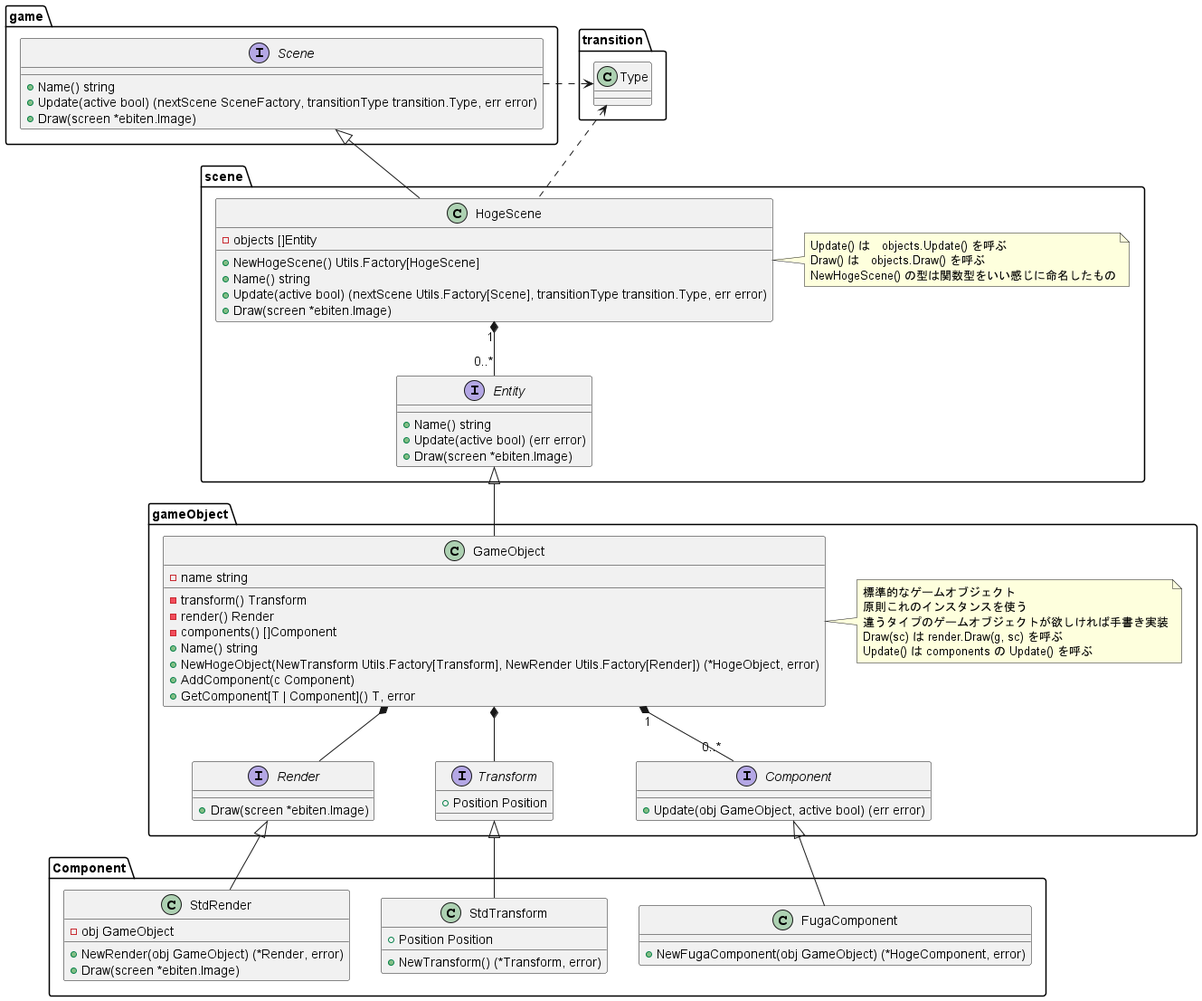
Above: Docs/Scene_class_diagram.png in kmc-jp/Gamedev_Tempura-of-p--Phenylazo-phenol (PlantUML), before the change.
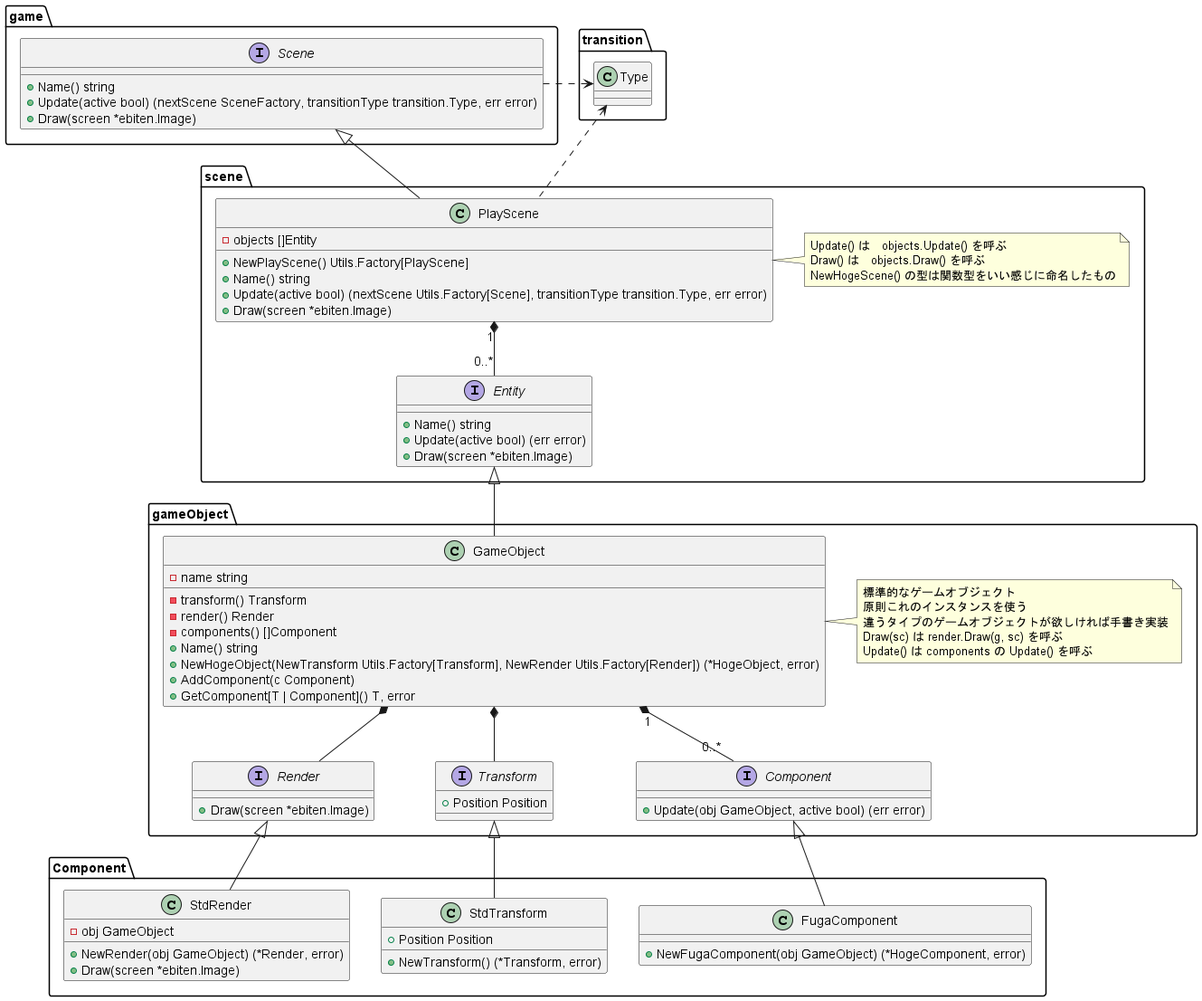
Above is the later version.

Commit message:
シーン名を PlayScene (将来的に実装予定)

Diff of the diagram source:
```diff
@@ -15,20 +15,20 @@
 }
 
 package scene {
-    class HogeScene {
+    class PlayScene {
         - objects []Entity
-        + NewHogeScene() Utils.Factory[HogeScene]
+        + NewPlayScene() Utils.Factory[PlayScene]
         + Name() string
         + Update(active bool) (nextScene Utils.Factory[Scene], transitionType transition.Type, err error)
         + Draw(screen *ebiten.Image)
     }
-    note right of HogeScene : Update() は　objects.Update() を呼ぶ\nDraw() は　objects.Draw() を呼ぶ\nNewHogeScene() の型は関数型をいい感じに命名したもの
+    note right of PlayScene : Update() は　objects.Update() を呼ぶ\nDraw() は　objects.Draw() を呼ぶ\nNewHogeScene() の型は関数型をいい感じに命名したもの
 
-    HogeScene -up-|> game.Scene
-    HogeScene .up.> transition.Type
+    PlayScene -up-|> game.Scene
+    PlayScene .up.> transition.Type
 
 
-    HogeScene "1" *-- "0..*" Entity
+    PlayScene "1" *-- "0..*" Entity
 
     interface Entity {
         + Name() string
```
